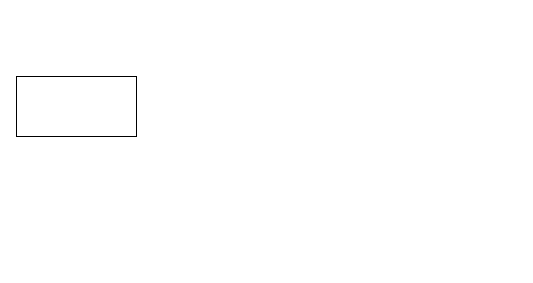
Earlier version of the draw.io diagram Untitled Diagram.drawio (pmoncadaisla/swagger). Source tidied: cells renumbered, new cells numbered last; positions are measured from the earlier drawing's top-left corner, leaving out a move shared by most shapes. Both pictures are drawn from the tidied source at 100%, with x=0, y=0 at pixel (16, 76).
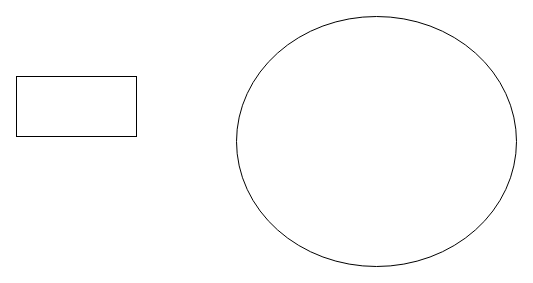
Above is the later version.

What changed in the source:
```diff
@@
 <mxGraphModel>
   <root>
     <mxCell id="0" />
     <mxCell id="1" parent="0" />
     <mxCell id="2" style="rounded=0;whiteSpace=wrap;html=1;" parent="1" vertex="1">
       <mxGeometry width="120" height="60" as="geometry" />
     </mxCell>
+    <mxCell id="3" style="ellipse;whiteSpace=wrap;html=1;" parent="1" vertex="1">
+      <mxGeometry x="220" y="-60" width="280" height="250" as="geometry" />
+    </mxCell>
   </root>
 </mxGraphModel>
```
